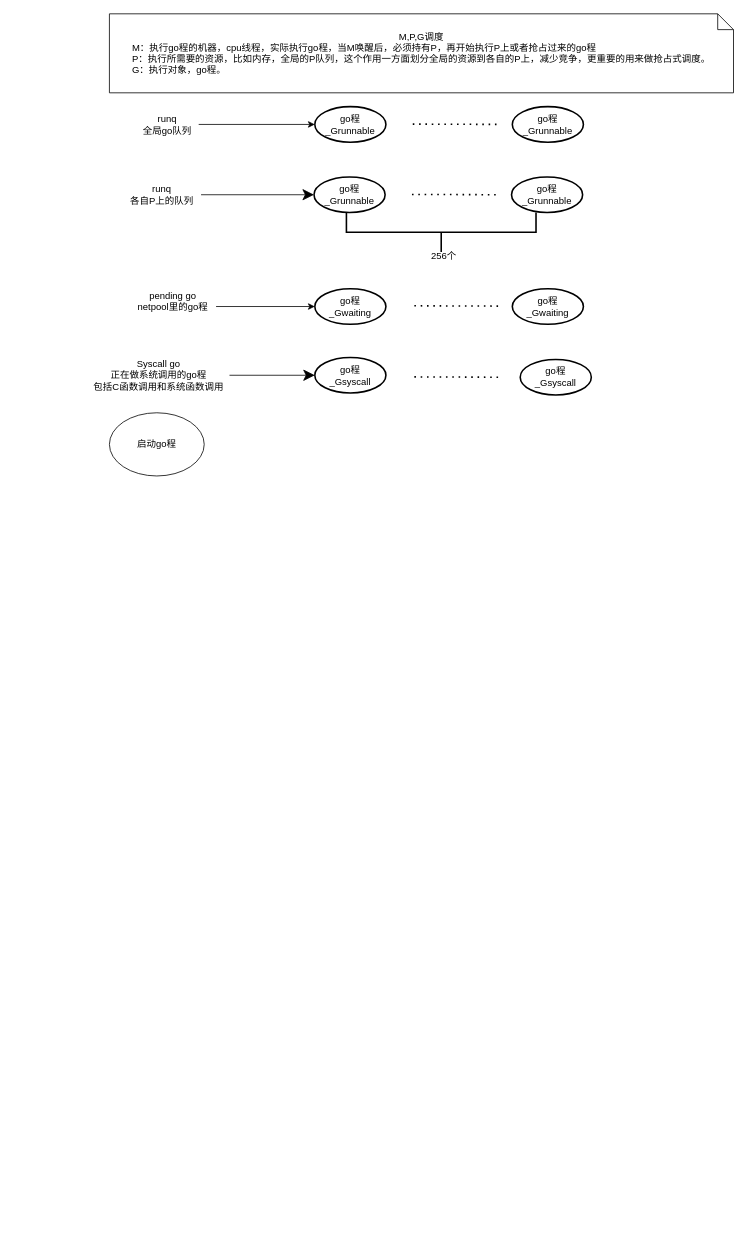
Earlier version of the draw.io diagram go调度.drawio (yy405145590/chat.com). Source tidied: cells renumbered, new cells numbered last; positions are measured from the earlier drawing's top-left corner, leaving out a move shared by most shapes. Both pictures are drawn from the tidied source at 79%, with x=0, y=0 at pixel (87, 13).
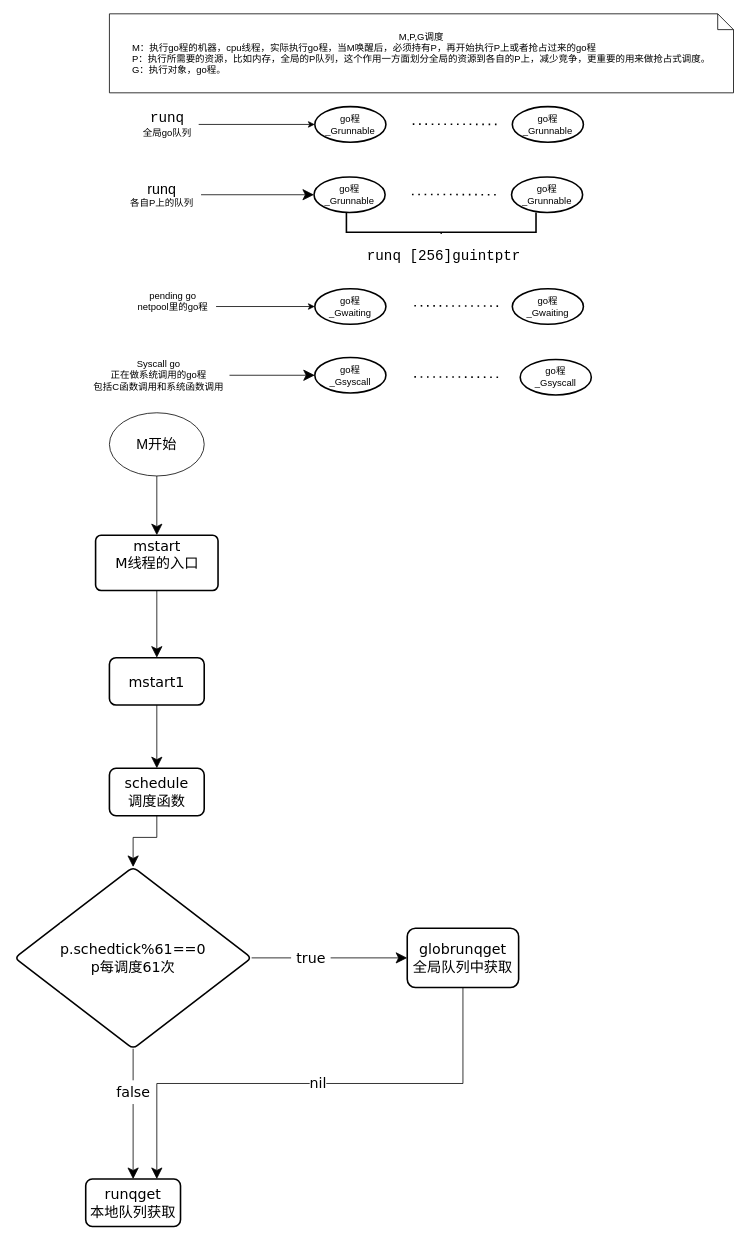
The same page after the edit.

Diff of the diagram source:
```diff
@@
+    <mxCell id="26" style="edgeStyle=orthogonalEdgeStyle;rounded=0;jettySize=auto;html=1;fontFamily=Verdana;fontSize=18;fontColor=default;endSize=12;" parent="1" edge="1" source="2" target="28">
+      <mxGeometry relative="1" as="geometry" />
+    </mxCell>
-    <mxCell id="2" value="启动go程" style="ellipse;whiteSpace=wrap;html=1;" parent="1" vertex="1">
+    <mxCell id="2" value="M开始" style="ellipse;whiteSpace=wrap;html=1;fontSize=18;" parent="1" vertex="1">
       <mxGeometry x="28" y="505" width="120" height="80" as="geometry" />
     </mxCell>
@@
-    <mxCell id="7" value="&lt;div&gt;runq&lt;/div&gt;&lt;div&gt;全局go队列&lt;br&gt;&lt;/div&gt;" style="text;html=1;align=center;verticalAlign=middle;points=[];strokeColor=none;fillColor=none;" parent="1" vertex="1">
-      <mxGeometry x="61" y="125" width="80" height="30" as="geometry" />
+    <mxCell id="7" value="&lt;div&gt;&lt;font style=&quot;font-size: 18px&quot; face=&quot;consolas&quot;&gt;runq&lt;/font&gt;&lt;/div&gt;&lt;div&gt;全局go队列&lt;br&gt;&lt;/div&gt;" style="text;html=1;align=center;verticalAlign=middle;points=[];strokeColor=none;fillColor=none;" parent="1" vertex="1">
+      <mxGeometry x="61" y="120" width="80" height="40" as="geometry" />
     </mxCell>
@@
-    <mxCell id="20" value="&lt;div&gt;runq&lt;/div&gt;&lt;div&gt;各自P上的队列&lt;/div&gt;" style="text;html=1;align=center;verticalAlign=middle;points=[];strokeColor=none;fillColor=none;" parent="1" vertex="1">
-      <mxGeometry x="44" y="214" width="100" height="30" as="geometry" />
+    <mxCell id="20" value="&lt;div&gt;&lt;font style=&quot;font-size: 18px&quot;&gt;runq&lt;/font&gt;&lt;/div&gt;&lt;div&gt;各自P上的队列&lt;/div&gt;" style="text;html=1;align=center;verticalAlign=middle;points=[];strokeColor=none;fillColor=none;" parent="1" vertex="1">
+      <mxGeometry x="44" y="209" width="100" height="40" as="geometry" />
     </mxCell>
@@
-    <mxCell id="25" value="256个" style="text;html=1;align=center;verticalAlign=middle;strokeColor=none;fillColor=none;" parent="1" vertex="1">
-      <mxGeometry x="426" y="297" width="50" height="20" as="geometry" />
+    <mxCell id="25" value="&lt;pre style=&quot;font-family: &amp;#34;consolas&amp;#34; ; font-size: 13.5pt&quot;&gt;runq [&lt;span&gt;256&lt;/span&gt;]&lt;span&gt;guintptr&lt;/span&gt;&lt;/pre&gt;" style="text;html=1;align=center;verticalAlign=middle;labelBackgroundColor=default;fontColor=default;" parent="1" vertex="1">
+      <mxGeometry x="356" y="277" width="190" height="60" as="geometry" />
     </mxCell>
+    <mxCell id="27" style="edgeStyle=orthogonalEdgeStyle;rounded=0;jettySize=auto;html=1;fontFamily=Verdana;fontSize=18;fontColor=default;endSize=12;" parent="1" edge="1" source="28" target="30">
+      <mxGeometry relative="1" as="geometry" />
+    </mxCell>
+    <mxCell id="28" value="mstart&#10;M线程的入口&#10;" style="rounded=1;absoluteArcSize=1;arcSize=14;strokeWidth=2;labelBackgroundColor=default;fontFamily=Verdana;fontSize=18;fontColor=default;whiteSpace=wrap;" parent="1" vertex="1">
+      <mxGeometry x="10.5" y="660" width="155" height="70" as="geometry" />
+    </mxCell>
+    <mxCell id="29" style="edgeStyle=orthogonalEdgeStyle;rounded=0;jettySize=auto;html=1;fontFamily=Verdana;fontSize=18;fontColor=default;endSize=12;" parent="1" edge="1" source="30" target="32">
+      <mxGeometry relative="1" as="geometry" />
+    </mxCell>
+    <mxCell id="30" value="mstart1" style="whiteSpace=wrap;html=1;fontSize=18;fontFamily=Verdana;rounded=1;arcSize=14;strokeWidth=2;labelBackgroundColor=default;" parent="1" vertex="1">
+      <mxGeometry x="28" y="815" width="120" height="60" as="geometry" />
+    </mxCell>
+    <mxCell id="31" style="edgeStyle=orthogonalEdgeStyle;rounded=0;jettySize=auto;html=1;fontFamily=Verdana;fontSize=18;fontColor=default;endSize=12;" parent="1" edge="1" source="32" target="35">
+      <mxGeometry relative="1" as="geometry" />
+    </mxCell>
+    <mxCell id="32" value="&lt;div&gt;schedule&lt;/div&gt;&lt;div&gt;调度函数&lt;br&gt;&lt;/div&gt;" style="whiteSpace=wrap;html=1;fontSize=18;fontFamily=Verdana;rounded=1;arcSize=14;strokeWidth=2;labelBackgroundColor=default;" parent="1" vertex="1">
+      <mxGeometry x="28" y="955" width="120" height="60" as="geometry" />
+    </mxCell>
+    <mxCell id="33" style="edgeStyle=orthogonalEdgeStyle;rounded=0;jettySize=auto;html=1;fontFamily=Verdana;fontSize=18;fontColor=default;endSize=12;startArrow=none;" parent="1" edge="1" source="42" target="38">
+      <mxGeometry relative="1" as="geometry" />
+    </mxCell>
+    <mxCell id="34" style="edgeStyle=orthogonalEdgeStyle;rounded=0;jettySize=auto;html=1;fontFamily=Verdana;fontSize=18;fontColor=default;endSize=12;startArrow=none;" parent="1" edge="1" source="40" target="39">
+      <mxGeometry relative="1" as="geometry" />
+    </mxCell>
+    <mxCell id="35" value="&lt;br&gt;&lt;div&gt;p.schedtick%61==0&lt;/div&gt;&lt;div&gt;p每调度61次&lt;br&gt;&lt;/div&gt;&lt;div&gt;&lt;br&gt;&lt;/div&gt;" style="rhombus;whiteSpace=wrap;html=1;fontSize=18;fontFamily=Verdana;rounded=1;arcSize=14;strokeWidth=2;labelBackgroundColor=default;" parent="1" vertex="1">
+      <mxGeometry x="-92" y="1080" width="300" height="230" as="geometry" />
+    </mxCell>
+    <mxCell id="36" style="edgeStyle=elbowEdgeStyle;rounded=0;jettySize=auto;html=1;entryX=0.75;entryY=0;entryDx=0;entryDy=0;fontFamily=Verdana;fontSize=18;fontColor=default;endSize=12;elbow=vertical;" parent="1" edge="1" source="38" target="39">
+      <mxGeometry relative="1" as="geometry" />
+    </mxCell>
+    <mxCell id="37" value="nil" style="edgeLabel;html=1;align=center;verticalAlign=middle;fontSize=18;fontFamily=Verdana;fontColor=default;" parent="36" vertex="1">
+      <mxGeometry x="-0.03" y="-2" relative="1" as="geometry" />
+    </mxCell>
+    <mxCell id="38" value="&lt;div&gt;globrunqget&lt;/div&gt;&lt;div&gt;全局队列中获取&lt;br&gt;&lt;/div&gt;" style="whiteSpace=wrap;html=1;fontSize=18;fontFamily=Verdana;rounded=1;arcSize=14;strokeWidth=2;labelBackgroundColor=default;" parent="1" vertex="1">
+      <mxGeometry x="405" y="1157.5" width="141" height="75" as="geometry" />
+    </mxCell>
+    <mxCell id="39" value="&lt;div&gt;runqget&lt;/div&gt;&lt;div&gt;本地队列获取&lt;br&gt;&lt;/div&gt;" style="whiteSpace=wrap;html=1;fontSize=18;fontFamily=Verdana;rounded=1;arcSize=14;strokeWidth=2;labelBackgroundColor=default;" parent="1" vertex="1">
+      <mxGeometry x="-2" y="1475" width="120" height="60" as="geometry" />
+    </mxCell>
+    <mxCell id="40" value="false" style="text;html=1;align=center;verticalAlign=middle;points=[];strokeColor=none;fillColor=none;fontSize=18;fontFamily=Verdana;fontColor=default;" parent="1" vertex="1">
+      <mxGeometry x="28" y="1350" width="60" height="30" as="geometry" />
+    </mxCell>
+    <mxCell id="41" style="edgeStyle=orthogonalEdgeStyle;rounded=0;jettySize=auto;html=1;fontFamily=Verdana;fontSize=18;fontColor=default;endSize=12;endArrow=none;" parent="1" edge="1" source="35" target="40">
+      <mxGeometry relative="1" as="geometry" />
+    </mxCell>
+    <mxCell id="42" value="true" style="text;html=1;align=center;verticalAlign=middle;points=[];strokeColor=none;fillColor=none;fontSize=18;fontFamily=Verdana;fontColor=default;" parent="1" vertex="1">
+      <mxGeometry x="258" y="1180" width="50" height="30" as="geometry" />
+    </mxCell>
+    <mxCell id="43" style="edgeStyle=orthogonalEdgeStyle;rounded=0;jettySize=auto;html=1;fontFamily=Verdana;fontSize=18;fontColor=default;endSize=12;endArrow=none;" parent="1" edge="1" source="35" target="42">
+      <mxGeometry relative="1" as="geometry" />
+    </mxCell>
```
